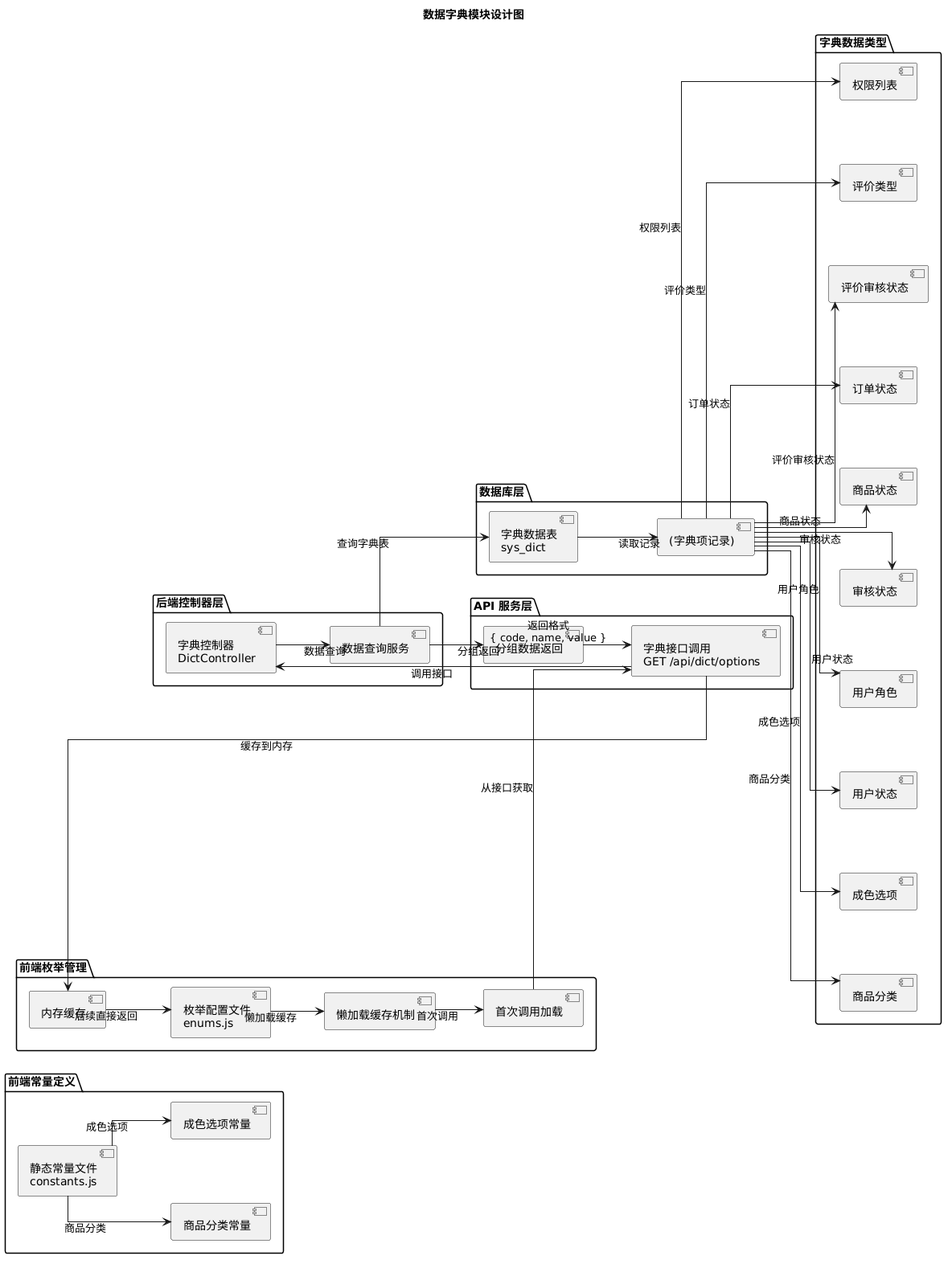
This is docs/arch-dict.png from RYELOBE/hmapp01, a PlantUML export, as it was before one commit.
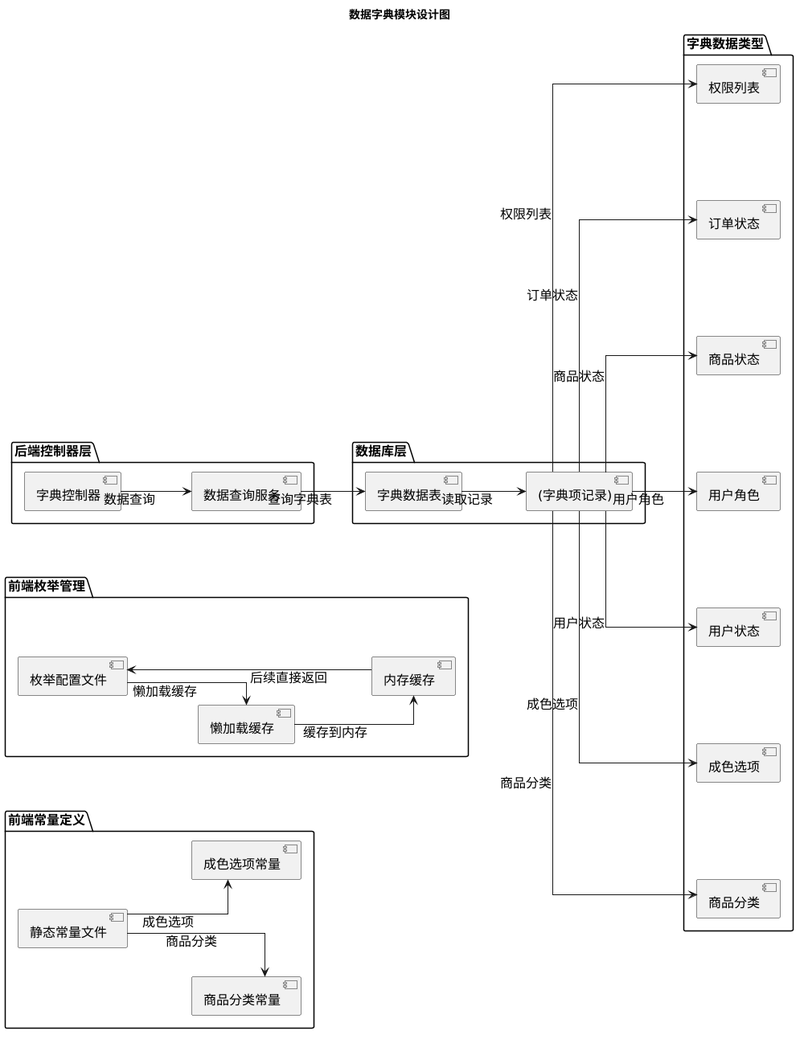
After the change.

Change to the diagram source:
```diff
@@ -2,37 +2,32 @@
 skinparam backgroundColor #FFFFFF
 skinparam shadowing false
 skinparam linetype ortho
-skinparam nodesep 80
-skinparam ranksep 60
+skinparam nodesep 120
+skinparam ranksep 80
+skinparam defaultFontSize 16
 left to right direction
 
 title 数据字典模块设计图
 
 package "前端常量定义" {
-    [静态常量文件\nconstants.js] as constants
+    [静态常量文件] as constants
     [商品分类常量] as itemCategory
     [成色选项常量] as condition
 }
 
 package "前端枚举管理" {
-    [枚举配置文件\nenums.js] as enums
-    [懒加载缓存机制] as cache
-    [首次调用加载] as firstLoad
+    [枚举配置文件] as enums
+    [懒加载缓存] as cache
     [内存缓存] as memory
 }
 
-package "API 服务层" {
-    [字典接口调用\nGET /api/dict/options] as dictApi
-    [分组数据返回] as groupReturn
-}
-
 package "后端控制器层" {
-    [字典控制器\nDictController] as controller
+    [字典控制器] as controller
     [数据查询服务] as queryService
 }
 
 package "数据库层" {
-    [字典数据表\nsys_dict] as dictTable
+    [字典数据表] as dictTable
     [(字典项记录)] as dictRecord
 }
 
@@ -41,11 +36,8 @@
     [成色选项] as cond
     [用户状态] as userType
     [用户角色] as userRole
-    [审核状态] as auditStatus
     [商品状态] as prodStatus
     [订单状态] as orderStatus
-    [评价审核状态] as reviewAuditStatus
-    [评价类型] as reviewType
     [权限列表] as permList
 }
 
@@ -53,12 +45,9 @@
 constants --> condition : 成色选项
 
 enums --> cache : 懒加载缓存
-cache --> firstLoad : 首次调用
-firstLoad --> dictApi : 从接口获取
-dictApi --> memory : 缓存到内存
+cache --> memory : 缓存到内存
 memory --> enums : 后续直接返回
 
-dictApi --> controller : 调用接口
 controller --> queryService : 数据查询
 queryService --> dictTable : 查询字典表
 dictTable --> dictRecord : 读取记录
@@ -67,13 +56,7 @@
 dictRecord --> cond : 成色选项
 dictRecord --> userType : 用户状态
 dictRecord --> userRole : 用户角色
-dictRecord --> auditStatus : 审核状态
 dictRecord --> prodStatus : 商品状态
 dictRecord --> orderStatus : 订单状态
-dictRecord --> reviewAuditStatus : 评价审核状态
-dictRecord --> reviewType : 评价类型
 dictRecord --> permList : 权限列表
-
-queryService --> groupReturn : 分组返回
-groupReturn --> dictApi : "返回格式\n{ code, name, value }"
 @enduml
```
